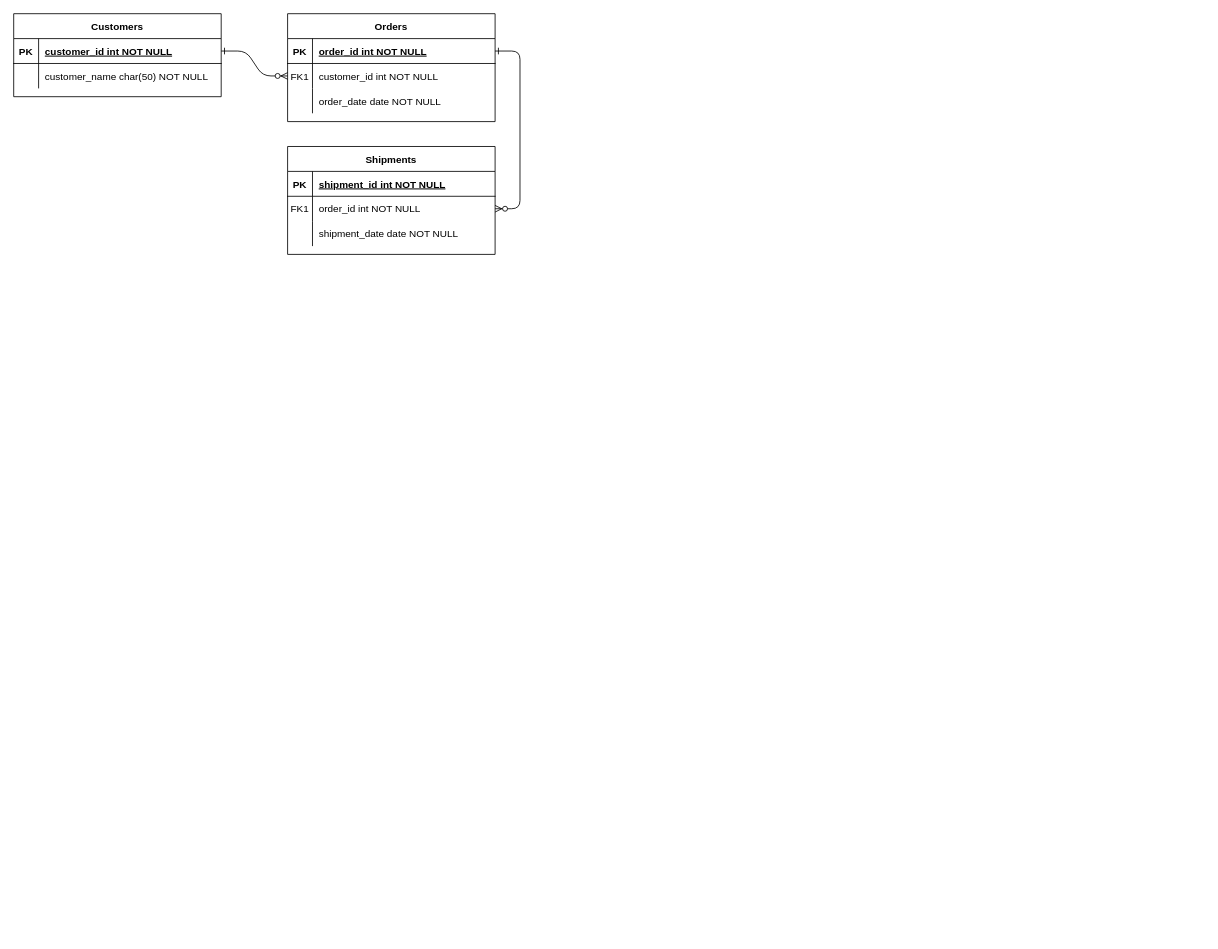
mannny29/demo keeps this draw.io diagram as Untitled Diagram.drawio. Above is the earlier version. Source tidied: cells renumbered, new cells numbered last; positions are measured from the earlier drawing's top-left corner, leaving out a move shared by most shapes. Both pictures are drawn from the tidied source at 83%, with x=0, y=0 at pixel (13, 13).
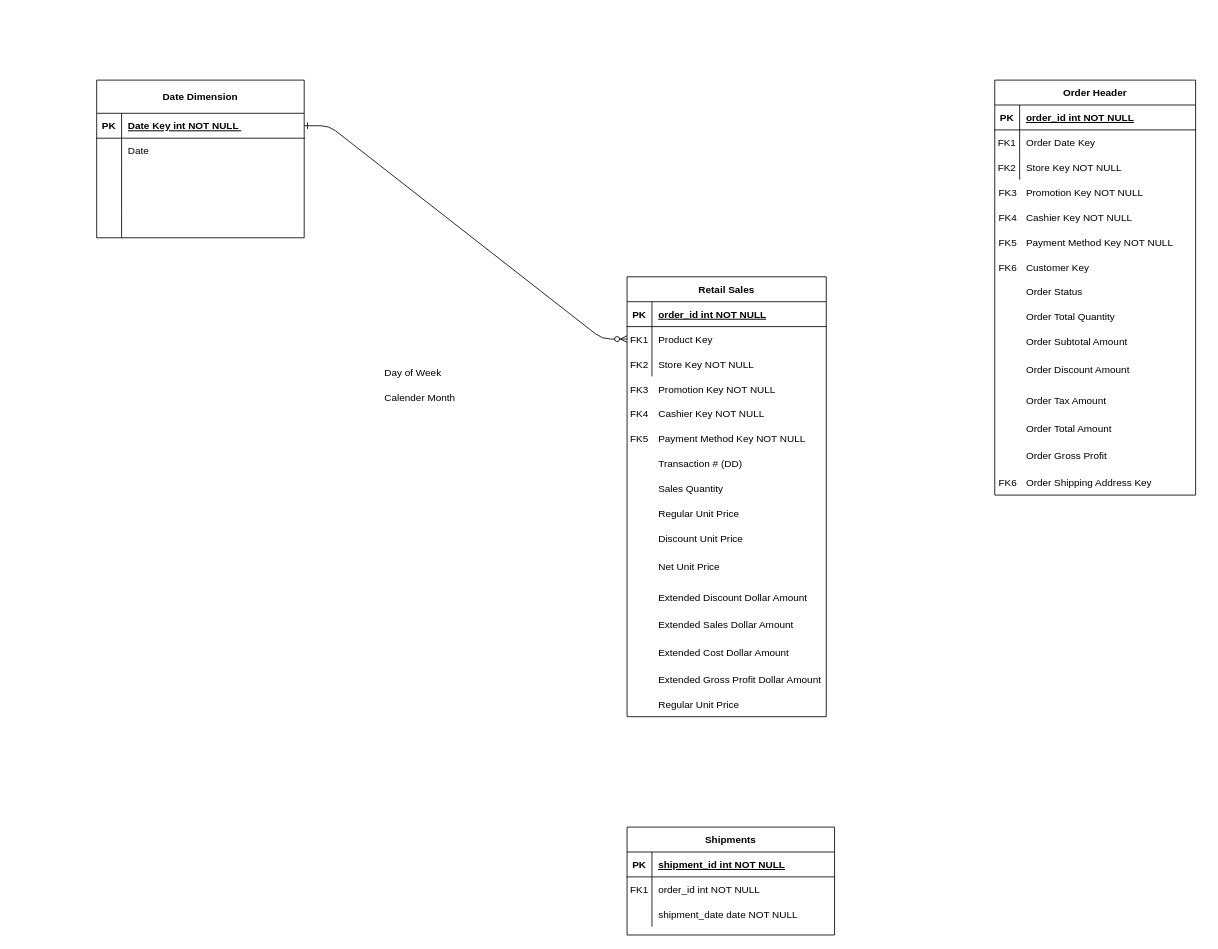
The same page after the edit.

Unchanged cells that the change refers to:
```xml
<mxCell id="18" style="shape=partialRectangle;fillColor=none;points=[[0,0.5],[1,0.5]];portConstraint=eastwest;top=0;left=0;right=0;bottom=0;" parent="14" vertex="1">
  <mxGeometry y="60" width="250" height="30" as="geometry" />
</mxCell>
```

What changed in the source:
```diff
@@
-    <mxCell id="3" style="edgeStyle=entityRelationEdgeStyle;endArrow=ERzeroToMany;startArrow=ERone;endFill=1;startFill=0;" parent="1" edge="1" source="5" target="18">
-      <mxGeometry relative="1" as="geometry" />
-    </mxCell>
-    <mxCell id="4" value="Orders" style="shape=table;startSize=30;childLayout=tableLayout;rowLines=0;fontStyle=1;align=center;" parent="1" vertex="1">
-      <mxGeometry x="330" width="250" height="130" as="geometry" />
+    <mxCell id="4" value="Retail Sales" style="shape=table;startSize=30;childLayout=tableLayout;rowLines=0;fontStyle=1;align=center;" parent="1" vertex="1">
+      <mxGeometry x="739" y="317" width="240" height="530" as="geometry" />
     </mxCell>
     <mxCell id="5" style="shape=partialRectangle;fillColor=none;points=[[0,0.5],[1,0.5]];portConstraint=eastwest;top=0;left=0;right=0;bottom=1;" parent="4" vertex="1">
-      <mxGeometry y="30" width="250" height="30" as="geometry" />
+      <mxGeometry y="30" width="240" height="30" as="geometry" />
     </mxCell>
@@
     <mxCell id="7" value="order_id int NOT NULL " style="shape=partialRectangle;overflow=hidden;fillColor=none;top=0;left=0;bottom=0;right=0;align=left;spacingLeft=6;fontStyle=5;" parent="5" vertex="1">
-      <mxGeometry x="30" width="220" height="30" as="geometry" />
+      <mxGeometry x="30" width="210" height="30" as="geometry" />
     </mxCell>
     <mxCell id="8" style="shape=partialRectangle;fillColor=none;points=[[0,0.5],[1,0.5]];portConstraint=eastwest;top=0;left=0;right=0;bottom=0;" parent="4" vertex="1">
-      <mxGeometry y="60" width="250" height="30" as="geometry" />
+      <mxGeometry y="60" width="240" height="30" as="geometry" />
     </mxCell>
@@
-    <mxCell id="10" value="customer_id int NOT NULL" style="shape=partialRectangle;overflow=hidden;fillColor=none;top=0;left=0;bottom=0;right=0;align=left;spacingLeft=6;" parent="8" vertex="1">
-      <mxGeometry x="30" width="220" height="30" as="geometry" />
+    <mxCell id="10" value="Product Key " style="shape=partialRectangle;overflow=hidden;fillColor=none;top=0;left=0;bottom=0;right=0;align=left;spacingLeft=6;" parent="8" vertex="1">
+      <mxGeometry x="30" width="210" height="30" as="geometry" />
     </mxCell>
     <mxCell id="11" style="shape=partialRectangle;fillColor=none;top=0;left=0;right=0;bottom=0;" parent="4" vertex="1">
-      <mxGeometry y="90" width="250" height="30" as="geometry" />
+      <mxGeometry y="90" width="240" height="30" as="geometry" />
     </mxCell>
-    <mxCell id="12" style="shape=partialRectangle;overflow=hidden;fillColor=none;top=0;left=0;bottom=0;right=0;" parent="11" vertex="1">
+    <mxCell id="12" value="FK2" style="shape=partialRectangle;overflow=hidden;fillColor=none;top=0;left=0;bottom=0;right=0;" parent="11" vertex="1">
       <mxGeometry width="30" height="30" as="geometry" />
     </mxCell>
-    <mxCell id="13" value="order_date date NOT NULL" style="shape=partialRectangle;overflow=hidden;fillColor=none;top=0;left=0;bottom=0;right=0;align=left;spacingLeft=6;" parent="11" vertex="1">
-      <mxGeometry x="30" width="220" height="30" as="geometry" />
+    <mxCell id="13" value="Store Key NOT NULL" style="shape=partialRectangle;overflow=hidden;fillColor=none;top=0;left=0;bottom=0;right=0;align=left;spacingLeft=6;" parent="11" vertex="1">
+      <mxGeometry x="30" width="210" height="30" as="geometry" />
     </mxCell>
     <mxCell id="14" value="Shipments" style="shape=table;startSize=30;childLayout=tableLayout;rowLines=0;fontStyle=1;align=center;" parent="1" vertex="1">
-      <mxGeometry x="330" y="160" width="250" height="130" as="geometry" />
+      <mxGeometry x="739" y="980" width="250" height="130" as="geometry" />
     </mxCell>
@@
-    <mxCell id="24" value="Customers" style="shape=table;startSize=30;childLayout=tableLayout;rowLines=0;fontStyle=1;align=center;" parent="1" vertex="1">
-      <mxGeometry width="250" height="100" as="geometry" />
+    <mxCell id="24" value="Date Dimension" style="shape=table;startSize=40;childLayout=tableLayout;rowLines=0;fontStyle=1;align=center;" parent="1" vertex="1">
+      <mxGeometry x="100" y="80" width="250" height="190" as="geometry" />
     </mxCell>
     <mxCell id="25" style="shape=partialRectangle;fillColor=none;points=[[0,0.5],[1,0.5]];portConstraint=eastwest;top=0;left=0;right=0;bottom=1;" parent="24" vertex="1">
-      <mxGeometry y="30" width="250" height="30" as="geometry" />
+      <mxGeometry y="40" width="250" height="30" as="geometry" />
     </mxCell>
@@
-    <mxCell id="27" value="customer_id int NOT NULL " style="shape=partialRectangle;overflow=hidden;fillColor=none;top=0;left=0;bottom=0;right=0;align=left;spacingLeft=6;fontStyle=5;" parent="25" vertex="1">
+    <mxCell id="27" value="Date Key int NOT NULL " style="shape=partialRectangle;overflow=hidden;fillColor=none;top=0;left=0;bottom=0;right=0;align=left;spacingLeft=6;fontStyle=5;" parent="25" vertex="1">
       <mxGeometry x="30" width="220" height="30" as="geometry" />
     </mxCell>
     <mxCell id="28" style="shape=partialRectangle;fillColor=none;top=0;left=0;right=0;bottom=0;" parent="24" vertex="1">
-      <mxGeometry y="60" width="250" height="30" as="geometry" />
+      <mxGeometry y="70" width="250" height="30" as="geometry" />
     </mxCell>
@@
-    <mxCell id="30" value="customer_name char(50) NOT NULL" style="shape=partialRectangle;overflow=hidden;fillColor=none;top=0;left=0;bottom=0;right=0;align=left;spacingLeft=6;" parent="28" vertex="1">
+    <mxCell id="30" value="Date" style="shape=partialRectangle;overflow=hidden;fillColor=none;top=0;left=0;bottom=0;right=0;align=left;spacingLeft=6;" parent="28" vertex="1">
       <mxGeometry x="30" width="220" height="30" as="geometry" />
     </mxCell>
+    <mxCell id="31" style="shape=partialRectangle;fillColor=none;top=0;left=0;right=0;bottom=0;" parent="24" vertex="1">
+      <mxGeometry y="100" width="250" height="30" as="geometry" />
+    </mxCell>
+    <mxCell id="32" style="shape=partialRectangle;overflow=hidden;fillColor=none;top=0;left=0;bottom=0;right=0;" parent="31" vertex="1">
+      <mxGeometry width="30" height="30" as="geometry" />
+    </mxCell>
+    <mxCell id="33" style="shape=partialRectangle;overflow=hidden;fillColor=none;top=0;left=0;bottom=0;right=0;align=left;spacingLeft=6;" parent="31" vertex="1">
+      <mxGeometry x="30" width="220" height="30" as="geometry" />
+    </mxCell>
+    <mxCell id="34" style="shape=partialRectangle;fillColor=none;top=0;left=0;right=0;bottom=0;" parent="24" vertex="1">
+      <mxGeometry y="130" width="250" height="30" as="geometry" />
+    </mxCell>
+    <mxCell id="35" style="shape=partialRectangle;overflow=hidden;fillColor=none;top=0;left=0;bottom=0;right=0;" parent="34" vertex="1">
+      <mxGeometry width="30" height="30" as="geometry" />
+    </mxCell>
+    <mxCell id="36" style="shape=partialRectangle;overflow=hidden;fillColor=none;top=0;left=0;bottom=0;right=0;align=left;spacingLeft=6;" parent="34" vertex="1">
+      <mxGeometry x="30" width="220" height="30" as="geometry" />
+    </mxCell>
+    <mxCell id="37" style="shape=partialRectangle;fillColor=none;top=0;left=0;right=0;bottom=0;" parent="24" vertex="1">
+      <mxGeometry y="160" width="250" height="30" as="geometry" />
+    </mxCell>
+    <mxCell id="38" style="shape=partialRectangle;overflow=hidden;fillColor=none;top=0;left=0;bottom=0;right=0;" parent="37" vertex="1">
+      <mxGeometry width="30" height="30" as="geometry" />
+    </mxCell>
+    <mxCell id="39" style="shape=partialRectangle;overflow=hidden;fillColor=none;top=0;left=0;bottom=0;right=0;align=left;spacingLeft=6;" parent="37" vertex="1">
+      <mxGeometry x="30" width="220" height="30" as="geometry" />
+    </mxCell>
+    <mxCell id="40" value="Day of Week" style="shape=partialRectangle;overflow=hidden;fillColor=none;top=0;left=0;bottom=0;right=0;align=left;spacingLeft=6;" parent="1" vertex="1">
+      <mxGeometry x="439" y="417" width="220" height="30" as="geometry" />
+    </mxCell>
+    <mxCell id="41" value="Calender Month" style="shape=partialRectangle;overflow=hidden;fillColor=none;top=0;left=0;bottom=0;right=0;align=left;spacingLeft=6;" parent="1" vertex="1">
+      <mxGeometry x="439" y="447" width="220" height="30" as="geometry" />
+    </mxCell>
+    <mxCell id="42" value="FK3" style="shape=partialRectangle;overflow=hidden;fillColor=none;top=0;left=0;bottom=0;right=0;" parent="1" vertex="1">
+      <mxGeometry x="739" y="437" width="30" height="30" as="geometry" />
+    </mxCell>
+    <mxCell id="43" value="Promotion Key NOT NULL" style="shape=partialRectangle;overflow=hidden;fillColor=none;top=0;left=0;bottom=0;right=0;align=left;spacingLeft=6;" parent="1" vertex="1">
+      <mxGeometry x="769" y="437" width="220" height="30" as="geometry" />
+    </mxCell>
+    <mxCell id="44" value="FK4" style="shape=partialRectangle;overflow=hidden;fillColor=none;top=0;left=0;bottom=0;right=0;" parent="1" vertex="1">
+      <mxGeometry x="739" y="467" width="30" height="30" as="geometry" />
+    </mxCell>
+    <mxCell id="45" value="Cashier Key NOT NULL" style="shape=partialRectangle;overflow=hidden;fillColor=none;top=0;left=0;bottom=0;right=0;align=left;spacingLeft=6;" parent="1" vertex="1">
+      <mxGeometry x="769" y="467" width="220" height="30" as="geometry" />
+    </mxCell>
+    <mxCell id="46" value="FK5" style="shape=partialRectangle;overflow=hidden;fillColor=none;top=0;left=0;bottom=0;right=0;" parent="1" vertex="1">
+      <mxGeometry x="739" y="497" width="30" height="30" as="geometry" />
+    </mxCell>
+    <mxCell id="47" value="Payment Method Key NOT NULL" style="shape=partialRectangle;overflow=hidden;fillColor=none;top=0;left=0;bottom=0;right=0;align=left;spacingLeft=6;" parent="1" vertex="1">
+      <mxGeometry x="769" y="497" width="220" height="30" as="geometry" />
+    </mxCell>
+    <mxCell id="48" style="shape=partialRectangle;overflow=hidden;fillColor=none;top=0;left=0;bottom=0;right=0;" parent="1" vertex="1">
+      <mxGeometry x="739" y="527" width="30" height="30" as="geometry" />
+    </mxCell>
+    <mxCell id="49" value="Transaction # (DD)" style="shape=partialRectangle;overflow=hidden;fillColor=none;top=0;left=0;bottom=0;right=0;align=left;spacingLeft=6;" parent="1" vertex="1">
+      <mxGeometry x="769" y="527" width="220" height="30" as="geometry" />
+    </mxCell>
+    <mxCell id="50" style="shape=partialRectangle;overflow=hidden;fillColor=none;top=0;left=0;bottom=0;right=0;" parent="1" vertex="1">
+      <mxGeometry x="739" y="557" width="30" height="30" as="geometry" />
+    </mxCell>
+    <mxCell id="51" value="Sales Quantity" style="shape=partialRectangle;overflow=hidden;fillColor=none;top=0;left=0;bottom=0;right=0;align=left;spacingLeft=6;" parent="1" vertex="1">
+      <mxGeometry x="769" y="557" width="220" height="30" as="geometry" />
+    </mxCell>
+    <mxCell id="52" style="shape=partialRectangle;overflow=hidden;fillColor=none;top=0;left=0;bottom=0;right=0;" parent="1" vertex="1">
+      <mxGeometry x="739" y="587" width="30" height="30" as="geometry" />
+    </mxCell>
+    <mxCell id="53" value="Regular Unit Price" style="shape=partialRectangle;overflow=hidden;fillColor=none;top=0;left=0;bottom=0;right=0;align=left;spacingLeft=6;" parent="1" vertex="1">
+      <mxGeometry x="769" y="587" width="220" height="30" as="geometry" />
+    </mxCell>
+    <mxCell id="54" value="Discount Unit Price" style="shape=partialRectangle;overflow=hidden;fillColor=none;top=0;left=0;bottom=0;right=0;align=left;spacingLeft=6;" parent="1" vertex="1">
+      <mxGeometry x="769" y="617" width="220" height="30" as="geometry" />
+    </mxCell>
+    <mxCell id="55" value="Extended Discount Dollar Amount" style="shape=partialRectangle;overflow=hidden;fillColor=none;top=0;left=0;bottom=0;right=0;align=left;spacingLeft=6;" parent="1" vertex="1">
+      <mxGeometry x="769" y="688" width="220" height="30" as="geometry" />
+    </mxCell>
+    <mxCell id="56" value="Net Unit Price" style="shape=partialRectangle;overflow=hidden;fillColor=none;top=0;left=0;bottom=0;right=0;align=left;spacingLeft=6;" parent="1" vertex="1">
+      <mxGeometry x="769" y="651" width="220" height="30" as="geometry" />
+    </mxCell>
+    <mxCell id="57" value="Extended Sales Dollar Amount" style="shape=partialRectangle;overflow=hidden;fillColor=none;top=0;left=0;bottom=0;right=0;align=left;spacingLeft=6;" parent="1" vertex="1">
+      <mxGeometry x="769" y="721" width="220" height="30" as="geometry" />
+    </mxCell>
+    <mxCell id="58" value="Extended Cost Dollar Amount" style="shape=partialRectangle;overflow=hidden;fillColor=none;top=0;left=0;bottom=0;right=0;align=left;spacingLeft=6;" parent="1" vertex="1">
+      <mxGeometry x="769" y="754" width="220" height="30" as="geometry" />
+    </mxCell>
+    <mxCell id="59" value="Regular Unit Price" style="shape=partialRectangle;overflow=hidden;fillColor=none;top=0;left=0;bottom=0;right=0;align=left;spacingLeft=6;" parent="1" vertex="1">
+      <mxGeometry x="769" y="817" width="220" height="30" as="geometry" />
+    </mxCell>
+    <mxCell id="60" value="Extended Gross Profit Dollar Amount " style="shape=partialRectangle;overflow=hidden;fillColor=none;top=0;left=0;bottom=0;right=0;align=left;spacingLeft=6;" parent="1" vertex="1">
+      <mxGeometry x="769" y="787" width="220" height="30" as="geometry" />
+    </mxCell>
+    <mxCell id="61" value="Order Header" style="shape=table;startSize=30;childLayout=tableLayout;rowLines=0;fontStyle=1;align=center;" parent="1" vertex="1">
+      <mxGeometry x="1182" y="80" width="242" height="500" as="geometry" />
+    </mxCell>
+    <mxCell id="62" style="shape=partialRectangle;fillColor=none;top=0;left=0;right=0;bottom=1;" parent="61" vertex="1">
+      <mxGeometry y="30" width="242" height="30" as="geometry" />
+    </mxCell>
+    <mxCell id="63" value="PK" style="shape=partialRectangle;overflow=hidden;fillColor=none;top=0;left=0;bottom=0;right=0;fontStyle=1;" parent="62" vertex="1">
+      <mxGeometry width="30" height="30" as="geometry" />
+    </mxCell>
+    <mxCell id="64" value="order_id int NOT NULL " style="shape=partialRectangle;overflow=hidden;fillColor=none;top=0;left=0;bottom=0;right=0;align=left;spacingLeft=6;fontStyle=5;" parent="62" vertex="1">
+      <mxGeometry x="30" width="212" height="30" as="geometry" />
+    </mxCell>
+    <mxCell id="65" style="shape=partialRectangle;fillColor=none;top=0;left=0;right=0;bottom=0;" parent="61" vertex="1">
+      <mxGeometry y="60" width="242" height="30" as="geometry" />
+    </mxCell>
+    <mxCell id="66" value="FK1" style="shape=partialRectangle;overflow=hidden;fillColor=none;top=0;left=0;bottom=0;right=0;" parent="65" vertex="1">
+      <mxGeometry width="30" height="30" as="geometry" />
+    </mxCell>
+    <mxCell id="67" value="Order Date Key" style="shape=partialRectangle;overflow=hidden;fillColor=none;top=0;left=0;bottom=0;right=0;align=left;spacingLeft=6;" parent="65" vertex="1">
+      <mxGeometry x="30" width="212" height="30" as="geometry" />
+    </mxCell>
+    <mxCell id="68" style="shape=partialRectangle;fillColor=none;top=0;left=0;right=0;bottom=0;" parent="61" vertex="1">
+      <mxGeometry y="90" width="242" height="30" as="geometry" />
+    </mxCell>
+    <mxCell id="69" value="FK2" style="shape=partialRectangle;overflow=hidden;fillColor=none;top=0;left=0;bottom=0;right=0;" parent="68" vertex="1">
+      <mxGeometry width="30" height="30" as="geometry" />
+    </mxCell>
+    <mxCell id="70" value="Store Key NOT NULL" style="shape=partialRectangle;overflow=hidden;fillColor=none;top=0;left=0;bottom=0;right=0;align=left;spacingLeft=6;" parent="68" vertex="1">
+      <mxGeometry x="30" width="212" height="30" as="geometry" />
+    </mxCell>
+    <mxCell id="71" value="FK3" style="shape=partialRectangle;overflow=hidden;fillColor=none;top=0;left=0;bottom=0;right=0;" parent="1" vertex="1">
+      <mxGeometry x="1182" y="200" width="32" height="30" as="geometry" />
+    </mxCell>
+    <mxCell id="72" value="Promotion Key NOT NULL" style="shape=partialRectangle;overflow=hidden;fillColor=none;top=0;left=0;bottom=0;right=0;align=left;spacingLeft=6;" parent="1" vertex="1">
+      <mxGeometry x="1212" y="200" width="222" height="30" as="geometry" />
+    </mxCell>
+    <mxCell id="73" value="FK4" style="shape=partialRectangle;overflow=hidden;fillColor=none;top=0;left=0;bottom=0;right=0;" parent="1" vertex="1">
+      <mxGeometry x="1182" y="230" width="32" height="30" as="geometry" />
+    </mxCell>
+    <mxCell id="74" value="Cashier Key NOT NULL" style="shape=partialRectangle;overflow=hidden;fillColor=none;top=0;left=0;bottom=0;right=0;align=left;spacingLeft=6;" parent="1" vertex="1">
+      <mxGeometry x="1212" y="230" width="222" height="30" as="geometry" />
+    </mxCell>
+    <mxCell id="75" value="FK5" style="shape=partialRectangle;overflow=hidden;fillColor=none;top=0;left=0;bottom=0;right=0;" parent="1" vertex="1">
+      <mxGeometry x="1182" y="260" width="32" height="30" as="geometry" />
+    </mxCell>
+    <mxCell id="76" value="Payment Method Key NOT NULL" style="shape=partialRectangle;overflow=hidden;fillColor=none;top=0;left=0;bottom=0;right=0;align=left;spacingLeft=6;" parent="1" vertex="1">
+      <mxGeometry x="1212" y="260" width="222" height="30" as="geometry" />
+    </mxCell>
+    <mxCell id="77" style="shape=partialRectangle;overflow=hidden;fillColor=none;top=0;left=0;bottom=0;right=0;" parent="1" vertex="1">
+      <mxGeometry x="1182" y="290" width="32" height="30" as="geometry" />
+    </mxCell>
+    <mxCell id="78" value="Customer Key " style="shape=partialRectangle;overflow=hidden;fillColor=none;top=0;left=0;bottom=0;right=0;align=left;spacingLeft=6;" parent="1" vertex="1">
+      <mxGeometry x="1212" y="290" width="222" height="30" as="geometry" />
+    </mxCell>
+    <mxCell id="79" style="shape=partialRectangle;overflow=hidden;fillColor=none;top=0;left=0;bottom=0;right=0;" parent="1" vertex="1">
+      <mxGeometry x="1182" y="320" width="32" height="30" as="geometry" />
+    </mxCell>
+    <mxCell id="80" value="Order Status" style="shape=partialRectangle;overflow=hidden;fillColor=none;top=0;left=0;bottom=0;right=0;align=left;spacingLeft=6;" parent="1" vertex="1">
+      <mxGeometry x="1212" y="320" width="222" height="30" as="geometry" />
+    </mxCell>
+    <mxCell id="81" style="shape=partialRectangle;overflow=hidden;fillColor=none;top=0;left=0;bottom=0;right=0;" parent="1" vertex="1">
+      <mxGeometry x="1182" y="350" width="32" height="30" as="geometry" />
+    </mxCell>
+    <mxCell id="82" value="Order Total Quantity" style="shape=partialRectangle;overflow=hidden;fillColor=none;top=0;left=0;bottom=0;right=0;align=left;spacingLeft=6;" parent="1" vertex="1">
+      <mxGeometry x="1212" y="350" width="222" height="30" as="geometry" />
+    </mxCell>
+    <mxCell id="83" value="Order Subtotal Amount " style="shape=partialRectangle;overflow=hidden;fillColor=none;top=0;left=0;bottom=0;right=0;align=left;spacingLeft=6;" parent="1" vertex="1">
+      <mxGeometry x="1212" y="380" width="222" height="30" as="geometry" />
+    </mxCell>
+    <mxCell id="84" value="Order Tax Amount" style="shape=partialRectangle;overflow=hidden;fillColor=none;top=0;left=0;bottom=0;right=0;align=left;spacingLeft=6;" parent="1" vertex="1">
+      <mxGeometry x="1212" y="451" width="222" height="30" as="geometry" />
+    </mxCell>
+    <mxCell id="85" value="Order Discount Amount" style="shape=partialRectangle;overflow=hidden;fillColor=none;top=0;left=0;bottom=0;right=0;align=left;spacingLeft=6;" parent="1" vertex="1">
+      <mxGeometry x="1212" y="414" width="222" height="30" as="geometry" />
+    </mxCell>
+    <mxCell id="86" value="Order Total Amount" style="shape=partialRectangle;overflow=hidden;fillColor=none;top=0;left=0;bottom=0;right=0;align=left;spacingLeft=6;" parent="1" vertex="1">
+      <mxGeometry x="1212" y="484" width="222" height="30" as="geometry" />
+    </mxCell>
+    <mxCell id="87" value="Order Gross Profit " style="shape=partialRectangle;overflow=hidden;fillColor=none;top=0;left=0;bottom=0;right=0;align=left;spacingLeft=6;" parent="1" vertex="1">
+      <mxGeometry x="1212" y="517" width="222" height="30" as="geometry" />
+    </mxCell>
+    <mxCell id="88" value="Order Shipping Address Key" style="shape=partialRectangle;overflow=hidden;fillColor=none;top=0;left=0;bottom=0;right=0;align=left;spacingLeft=6;" parent="1" vertex="1">
+      <mxGeometry x="1212" y="550" width="222" height="30" as="geometry" />
+    </mxCell>
+    <mxCell id="89" value="FK6" style="shape=partialRectangle;overflow=hidden;fillColor=none;top=0;left=0;bottom=0;right=0;" parent="1" vertex="1">
+      <mxGeometry x="1182" y="290" width="32" height="30" as="geometry" />
+    </mxCell>
+    <mxCell id="90" value="FK6" style="shape=partialRectangle;overflow=hidden;fillColor=none;top=0;left=0;bottom=0;right=0;" parent="1" vertex="1">
+      <mxGeometry x="1182" y="550" width="32" height="30" as="geometry" />
+    </mxCell>
```
